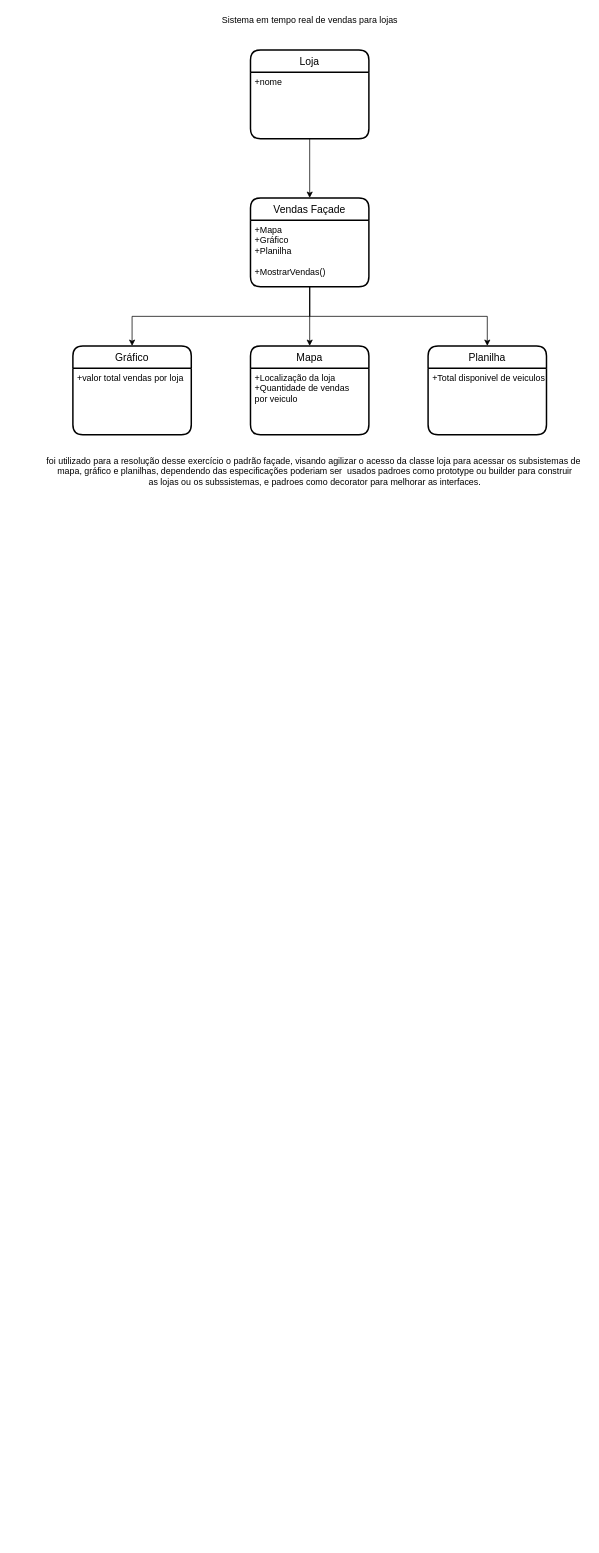
Before: Exercicio-05_padroes_projeto.drawio in MatheusSantosDev/diagramas-UML, a draw.io diagram. Source tidied: cells renumbered, new cells numbered last; positions are measured from the earlier drawing's top-left corner, leaving out a move shared by most shapes. Both pictures are drawn from the tidied source at 74%, with x=0, y=0 at pixel (39, 13).
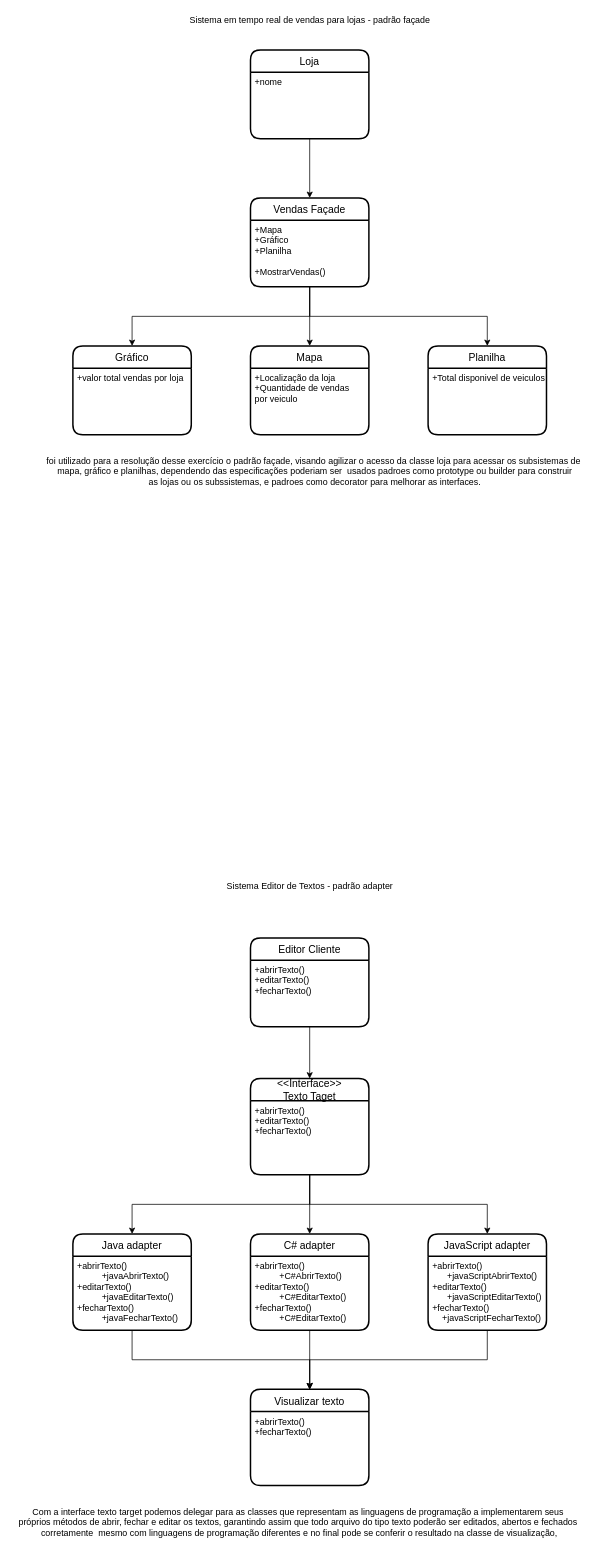
Above is the later version.

Change to the diagram source:
```diff
@@
-    <mxCell id="16" value="Sistema em tempo real de vendas para lojas" style="text;html=1;align=center;verticalAlign=middle;" parent="1" vertex="1">
-      <mxGeometry x="240" width="250" height="20" as="geometry" />
+    <mxCell id="16" value="Sistema em tempo real de vendas para lojas - padrão façade" style="text;html=1;align=center;verticalAlign=middle;" parent="1" vertex="1">
+      <mxGeometry x="195" width="340" height="20" as="geometry" />
     </mxCell>
@@
+    <mxCell id="18" value="Sistema Editor de Textos - padrão adapter" style="text;html=1;align=center;verticalAlign=middle;" parent="1" vertex="1">
+      <mxGeometry x="245" y="1170" width="240" height="20" as="geometry" />
+    </mxCell>
+    <mxCell id="19" style="edgeStyle=orthogonalEdgeStyle;rounded=0;jettySize=auto;html=1;" parent="1" edge="1" source="20" target="23">
+      <mxGeometry relative="1" as="geometry" />
+    </mxCell>
+    <mxCell id="20" value="Editor Cliente" style="swimlane;horizontal=1;startSize=30;rounded=1;fontSize=14;fontStyle=0;strokeWidth=2;shadow=0;dashed=0;align=center;" parent="1" vertex="1">
+      <mxGeometry x="285" y="1250" width="160" height="120" as="geometry" />
+    </mxCell>
+    <mxCell id="21" value="+abrirTexto()&#10;+editarTexto()&#10;+fecharTexto()" style="align=left;strokeColor=none;fillColor=none;spacingLeft=4;fontSize=12;verticalAlign=top;" parent="20" vertex="1">
+      <mxGeometry y="30" width="160" height="90" as="geometry" />
+    </mxCell>
+    <mxCell id="22" style="edgeStyle=orthogonalEdgeStyle;rounded=0;jettySize=auto;html=1;" parent="1" edge="1" source="23" target="28">
+      <mxGeometry relative="1" as="geometry" />
+    </mxCell>
+    <mxCell id="23" value="&lt;&lt;Interface&gt;&gt;&#10;Texto Taget" style="swimlane;horizontal=1;startSize=30;rounded=1;fontSize=14;fontStyle=0;strokeWidth=2;shadow=0;dashed=0;align=center;" parent="1" vertex="1">
+      <mxGeometry x="285" y="1440" width="160" height="130" as="geometry" />
+    </mxCell>
+    <mxCell id="24" value="+abrirTexto()&#10;+editarTexto()&#10;+fecharTexto()" style="align=left;strokeColor=none;fillColor=none;spacingLeft=4;fontSize=12;verticalAlign=top;" parent="23" vertex="1">
+      <mxGeometry y="30" width="160" height="100" as="geometry" />
+    </mxCell>
+    <mxCell id="25" style="edgeStyle=orthogonalEdgeStyle;rounded=0;jettySize=auto;html=1;exitX=0.5;exitY=1;exitDx=0;exitDy=0;" parent="1" edge="1" source="24" target="30">
+      <mxGeometry relative="1" as="geometry" />
+    </mxCell>
+    <mxCell id="26" style="edgeStyle=orthogonalEdgeStyle;rounded=0;jettySize=auto;html=1;exitX=0.5;exitY=1;exitDx=0;exitDy=0;" parent="1" edge="1" source="24" target="32">
+      <mxGeometry relative="1" as="geometry" />
+    </mxCell>
+    <mxCell id="27" style="edgeStyle=orthogonalEdgeStyle;rounded=0;jettySize=auto;html=1;" parent="1" edge="1" source="28" target="34">
+      <mxGeometry relative="1" as="geometry" />
+    </mxCell>
+    <mxCell id="28" value="C# adapter" style="swimlane;horizontal=1;startSize=30;rounded=1;fontSize=14;fontStyle=0;strokeWidth=2;shadow=0;dashed=0;align=center;" parent="1" vertex="1">
+      <mxGeometry x="285" y="1650" width="160" height="130" as="geometry" />
+    </mxCell>
+    <mxCell id="29" value="+abrirTexto()&#10;          +C#AbrirTexto()&#10;+editarTexto()&#10;          +C#EditarTexto()&#10;+fecharTexto()&#10;          +C#EditarTexto()" style="align=left;strokeColor=none;fillColor=none;spacingLeft=4;fontSize=12;verticalAlign=top;" parent="28" vertex="1">
+      <mxGeometry y="30" width="160" height="100" as="geometry" />
+    </mxCell>
+    <mxCell id="30" value="Java adapter" style="swimlane;horizontal=1;startSize=30;rounded=1;fontSize=14;fontStyle=0;strokeWidth=2;shadow=0;dashed=0;align=center;" parent="1" vertex="1">
+      <mxGeometry x="45" y="1650" width="160" height="130" as="geometry" />
+    </mxCell>
+    <mxCell id="31" value="+abrirTexto()&#10;          +javaAbrirTexto()&#10;+editarTexto()&#10;          +javaEditarTexto()&#10;+fecharTexto()&#10;          +javaFecharTexto()" style="align=left;strokeColor=none;fillColor=none;spacingLeft=4;fontSize=12;verticalAlign=top;" parent="30" vertex="1">
+      <mxGeometry y="30" width="160" height="100" as="geometry" />
+    </mxCell>
+    <mxCell id="32" value="JavaScript adapter" style="swimlane;horizontal=1;startSize=30;rounded=1;fontSize=14;fontStyle=0;strokeWidth=2;shadow=0;dashed=0;align=center;" parent="1" vertex="1">
+      <mxGeometry x="525" y="1650" width="160" height="130" as="geometry" />
+    </mxCell>
+    <mxCell id="33" value="+abrirTexto()&#10;      +javaScriptAbrirTexto()&#10;+editarTexto()&#10;      +javaScriptEditarTexto()&#10;+fecharTexto()&#10;    +javaScriptFecharTexto()" style="align=left;strokeColor=none;fillColor=none;spacingLeft=4;fontSize=12;verticalAlign=top;" parent="32" vertex="1">
+      <mxGeometry y="30" width="160" height="100" as="geometry" />
+    </mxCell>
+    <mxCell id="34" value="Visualizar texto" style="swimlane;horizontal=1;startSize=30;rounded=1;fontSize=14;fontStyle=0;strokeWidth=2;shadow=0;dashed=0;align=center;" parent="1" vertex="1">
+      <mxGeometry x="285" y="1860" width="160" height="130" as="geometry" />
+    </mxCell>
+    <mxCell id="35" value="+abrirTexto()  &#10;+fecharTexto()&#10;          " style="align=left;strokeColor=none;fillColor=none;spacingLeft=4;fontSize=12;verticalAlign=top;" parent="34" vertex="1">
+      <mxGeometry y="30" width="160" height="100" as="geometry" />
+    </mxCell>
+    <mxCell id="36" style="edgeStyle=orthogonalEdgeStyle;rounded=0;jettySize=auto;html=1;exitX=0.5;exitY=1;exitDx=0;exitDy=0;" parent="1" edge="1" source="31" target="34">
+      <mxGeometry relative="1" as="geometry" />
+    </mxCell>
+    <mxCell id="37" style="edgeStyle=orthogonalEdgeStyle;rounded=0;jettySize=auto;html=1;exitX=0.5;exitY=1;exitDx=0;exitDy=0;" parent="1" edge="1" source="33" target="34">
+      <mxGeometry relative="1" as="geometry" />
+    </mxCell>
+    <mxCell id="38" value="Com a interface texto target podemos delegar para as classes que representam as linguagens de programação a implementarem seus&lt;br&gt;próprios métodos de abrir, fechar e editar os textos, garantindo assim que todo arquivo do tipo texto poderão ser editados, abertos e fechados&lt;br&gt;&amp;nbsp;corretamente&amp;nbsp; mesmo com linguagens de programação diferentes e no final pode se conferir o resultado na classe de visualização," style="text;html=1;align=center;verticalAlign=middle;" parent="1" vertex="1">
+      <mxGeometry x="-36" y="2015" width="770" height="50" as="geometry" />
+    </mxCell>
```
